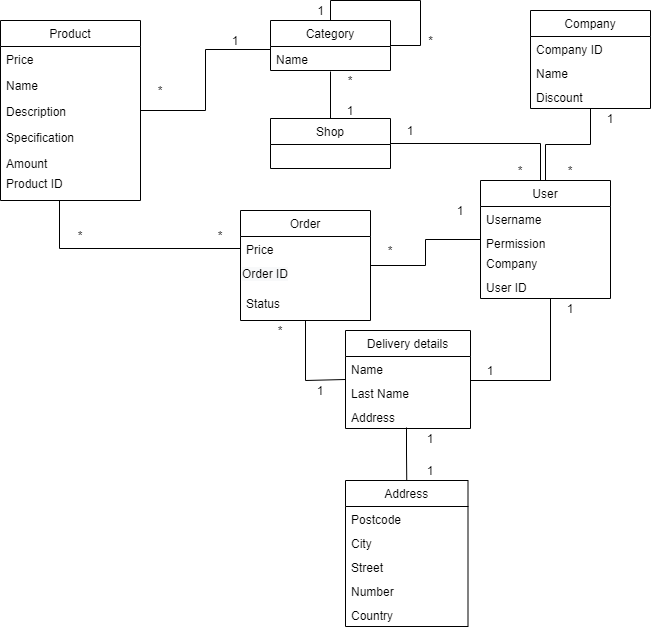
The draw.io diagram projekt.png in MateuszSuder/REST-API-JAVA, before a commit. Source tidied: cells renumbered, new cells last; positions are measured from the earlier drawing's top-left corner, leaving out a move shared by most shapes.
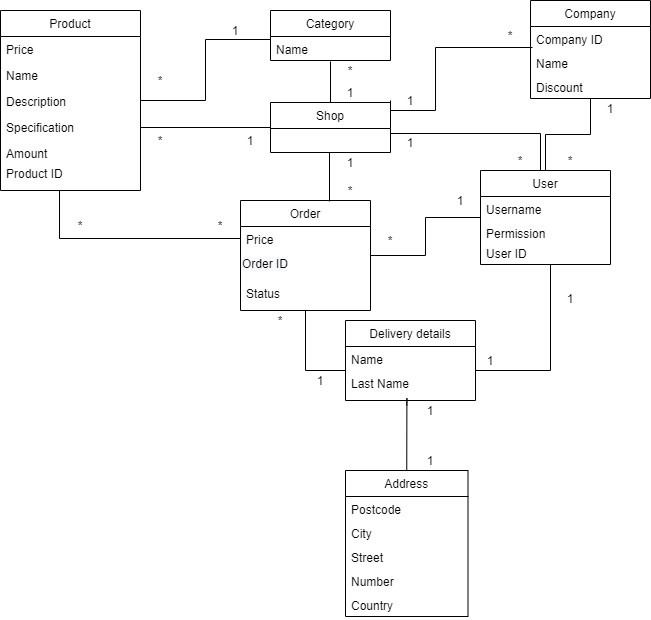
After the commit.

What changed in the source:
```diff
@@ -2,19 +2,6 @@
   <root>
     <mxCell id="0" />
     <mxCell id="1" parent="0" />
-    <mxCell id="2" style="edgeStyle=orthogonalEdgeStyle;rounded=0;jettySize=auto;html=1;endArrow=none;endFill=0;" parent="1" edge="1" source="4">
-      <mxGeometry relative="1" as="geometry">
-        <mxPoint x="420" as="targetPoint" />
-        <Array as="points">
-          <mxPoint x="330" />
-        </Array>
-      </mxGeometry>
-    </mxCell>
-    <mxCell id="3" style="edgeStyle=orthogonalEdgeStyle;rounded=0;jettySize=auto;html=1;endArrow=none;endFill=0;" parent="1" edge="1" source="4">
-      <mxGeometry relative="1" as="geometry">
-        <mxPoint x="420" as="targetPoint" />
-      </mxGeometry>
-    </mxCell>
     <mxCell id="4" value="Category" style="swimlane;fontStyle=0;horizontal=1;startSize=26;fillColor=none;" parent="1" vertex="1">
       <mxGeometry x="270" y="20" width="120" height="50" as="geometry" />
     </mxCell>
@@ -59,7 +46,7 @@
       </mxGeometry>
     </mxCell>
     <mxCell id="16" value="User" style="swimlane;fontStyle=0;horizontal=1;startSize=26;fillColor=none;" parent="1" vertex="1">
-      <mxGeometry x="480" y="180" width="130" height="118" as="geometry" />
+      <mxGeometry x="480" y="180" width="130" height="94" as="geometry" />
     </mxCell>
     <mxCell id="17" value="Username&#10;" style="text;strokeColor=none;fillColor=none;align=left;verticalAlign=top;spacingLeft=4;spacingRight=4;overflow=hidden;" parent="16" vertex="1">
       <mxGeometry y="26" width="130" height="24" as="geometry" />
@@ -67,11 +54,8 @@
     <mxCell id="18" value="Permission" style="text;strokeColor=none;fillColor=none;align=left;verticalAlign=top;spacingLeft=4;spacingRight=4;overflow=hidden;" parent="16" vertex="1">
       <mxGeometry y="50" width="130" height="20" as="geometry" />
     </mxCell>
-    <mxCell id="19" value="Company" style="text;strokeColor=none;fillColor=none;align=left;verticalAlign=top;spacingLeft=4;spacingRight=4;overflow=hidden;" parent="16" vertex="1">
-      <mxGeometry y="70" width="130" height="24" as="geometry" />
-    </mxCell>
     <mxCell id="20" value="User ID&#10;" style="text;strokeColor=none;fillColor=none;align=left;verticalAlign=top;spacingLeft=4;spacingRight=4;overflow=hidden;" parent="16" vertex="1">
-      <mxGeometry y="94" width="130" height="24" as="geometry" />
+      <mxGeometry y="70" width="130" height="24" as="geometry" />
     </mxCell>
     <mxCell id="21" style="edgeStyle=orthogonalEdgeStyle;rounded=0;jettySize=auto;elbow=vertical;html=1;endArrow=none;endFill=0;entryX=0;entryY=-0.042;entryDx=0;entryDy=0;entryPerimeter=0;" parent="1" edge="1" source="22" target="29">
       <mxGeometry relative="1" as="geometry">
@@ -92,23 +76,22 @@
     <mxCell id="25" value="Status" style="text;strokeColor=none;fillColor=none;align=left;verticalAlign=top;spacingLeft=4;spacingRight=4;overflow=hidden;" parent="22" vertex="1">
       <mxGeometry y="80" width="130" height="30" as="geometry" />
     </mxCell>
-    <mxCell id="26" style="edgeStyle=orthogonalEdgeStyle;rounded=0;jettySize=auto;html=1;entryX=0.5;entryY=0;entryDx=0;entryDy=0;endArrow=none;endFill=0;" parent="1" edge="1" target="47">
+    <mxCell id="26" style="edgeStyle=orthogonalEdgeStyle;rounded=0;jettySize=auto;html=1;entryX=0.5;entryY=0;entryDx=0;entryDy=0;endArrow=none;endFill=0;exitX=0.472;exitY=1.167;exitDx=0;exitDy=0;exitPerimeter=0;" parent="1" edge="1" source="29" target="47">
       <mxGeometry relative="1" as="geometry">
-        <mxPoint x="406" y="427" as="sourcePoint" />
+        <Array as="points">
+          <mxPoint x="406" y="408" />
+        </Array>
       </mxGeometry>
     </mxCell>
     <mxCell id="27" value="Delivery details" style="swimlane;fontStyle=0;horizontal=1;startSize=26;fillColor=none;" parent="1" vertex="1">
-      <mxGeometry x="345" y="330" width="125" height="98" as="geometry" />
+      <mxGeometry x="345" y="330" width="130" height="80" as="geometry" />
     </mxCell>
     <mxCell id="28" value="Name" style="text;strokeColor=none;fillColor=none;align=left;verticalAlign=top;spacingLeft=4;spacingRight=4;overflow=hidden;points=[[0,0.5],[1,0.5]];portConstraint=eastwest;" parent="27" vertex="1">
-      <mxGeometry y="26" width="125" height="24" as="geometry" />
+      <mxGeometry y="26" width="130" height="24" as="geometry" />
     </mxCell>
     <mxCell id="29" value="Last Name" style="text;strokeColor=none;fillColor=none;align=left;verticalAlign=top;spacingLeft=4;spacingRight=4;overflow=hidden;points=[[0,0.5],[1,0.5]];portConstraint=eastwest;" parent="27" vertex="1">
-      <mxGeometry y="50" width="125" height="24" as="geometry" />
+      <mxGeometry y="50" width="130" height="30" as="geometry" />
     </mxCell>
-    <mxCell id="30" value="Address" style="text;strokeColor=none;fillColor=none;align=left;verticalAlign=top;spacingLeft=4;spacingRight=4;overflow=hidden;" parent="27" vertex="1">
-      <mxGeometry y="74" width="125" height="24" as="geometry" />
-    </mxCell>
     <mxCell id="31" style="edgeStyle=orthogonalEdgeStyle;rounded=0;jettySize=auto;html=1;endArrow=none;endFill=0;" parent="1" edge="1" source="33">
       <mxGeometry relative="1" as="geometry">
         <mxPoint x="330" y="71" as="targetPoint" />
@@ -123,7 +106,7 @@
       </mxGeometry>
     </mxCell>
     <mxCell id="33" value="Shop" style="swimlane;fontStyle=0;horizontal=1;startSize=26;fillColor=none;" parent="1" vertex="1">
-      <mxGeometry x="270" y="118" width="120" height="50" as="geometry" />
+      <mxGeometry x="270" y="112" width="120" height="50" as="geometry" />
     </mxCell>
     <mxCell id="34" value="*" style="text;html=1;strokeColor=none;fillColor=none;align=center;verticalAlign=middle;whiteSpace=wrap;rounded=0;" parent="1" vertex="1">
       <mxGeometry x="140" y="80" width="40" height="20" as="geometry" />
@@ -135,10 +118,10 @@
       <mxGeometry x="330" y="70" width="40" height="20" as="geometry" />
     </mxCell>
     <mxCell id="37" value="1" style="text;html=1;strokeColor=none;fillColor=none;align=center;verticalAlign=middle;whiteSpace=wrap;rounded=0;" parent="1" vertex="1">
-      <mxGeometry x="330" y="100" width="40" height="20" as="geometry" />
+      <mxGeometry x="330" y="92" width="40" height="20" as="geometry" />
     </mxCell>
     <mxCell id="38" value="1" style="text;html=1;strokeColor=none;fillColor=none;align=center;verticalAlign=middle;whiteSpace=wrap;rounded=0;" parent="1" vertex="1">
-      <mxGeometry x="390" y="120" width="40" height="20" as="geometry" />
+      <mxGeometry x="390" y="142" width="40" height="20" as="geometry" />
     </mxCell>
     <mxCell id="39" value="*" style="text;html=1;strokeColor=none;fillColor=none;align=center;verticalAlign=middle;whiteSpace=wrap;rounded=0;" parent="1" vertex="1">
       <mxGeometry x="260" y="320" width="40" height="20" as="geometry" />
@@ -155,9 +138,6 @@
     <mxCell id="43" value="1" style="text;html=1;strokeColor=none;fillColor=none;align=center;verticalAlign=middle;whiteSpace=wrap;rounded=0;" parent="1" vertex="1">
       <mxGeometry x="300" y="380" width="40" height="20" as="geometry" />
     </mxCell>
-    <mxCell id="44" value="*" style="text;html=1;strokeColor=none;fillColor=none;align=center;verticalAlign=middle;whiteSpace=wrap;rounded=0;" parent="1" vertex="1">
-      <mxGeometry x="500" y="160" width="40" height="20" as="geometry" />
-    </mxCell>
     <mxCell id="45" style="edgeStyle=orthogonalEdgeStyle;rounded=0;jettySize=auto;html=1;endArrow=none;endFill=0;" parent="1" edge="1" source="23">
       <mxGeometry relative="1" as="geometry">
         <mxPoint x="59" y="200" as="targetPoint" />
@@ -188,7 +168,7 @@
       <mxGeometry y="122" width="122.5" height="24" as="geometry" />
     </mxCell>
     <mxCell id="53" value="1" style="text;html=1;strokeColor=none;fillColor=none;align=center;verticalAlign=middle;whiteSpace=wrap;rounded=0;" parent="1" vertex="1">
-      <mxGeometry x="410" y="428" width="40" height="20" as="geometry" />
+      <mxGeometry x="410" y="410" width="40" height="20" as="geometry" />
     </mxCell>
     <mxCell id="54" value="1" style="text;html=1;strokeColor=none;fillColor=none;align=center;verticalAlign=middle;whiteSpace=wrap;rounded=0;" parent="1" vertex="1">
       <mxGeometry x="410" y="460" width="40" height="20" as="geometry" />
@@ -214,17 +194,51 @@
     <mxCell id="61" value="*" style="text;html=1;strokeColor=none;fillColor=none;align=center;verticalAlign=middle;whiteSpace=wrap;rounded=0;" parent="1" vertex="1">
       <mxGeometry x="550" y="160" width="40" height="20" as="geometry" />
     </mxCell>
-    <mxCell id="62" value="1" style="text;html=1;align=center;verticalAlign=middle;strokeColor=none;" parent="1" vertex="1">
-      <mxGeometry x="310" width="20" height="20" as="geometry" />
-    </mxCell>
-    <mxCell id="63" value="*" style="text;html=1;align=center;verticalAlign=middle;strokeColor=none;" parent="1" vertex="1">
-      <mxGeometry x="420" y="30" width="20" height="20" as="geometry" />
-    </mxCell>
     <mxCell id="64" value="*" style="text;html=1;strokeColor=none;fillColor=none;align=center;verticalAlign=middle;whiteSpace=wrap;rounded=0;" parent="1" vertex="1">
       <mxGeometry x="370" y="240" width="40" height="20" as="geometry" />
     </mxCell>
     <mxCell id="65" value="*" style="text;html=1;strokeColor=none;fillColor=none;align=center;verticalAlign=middle;whiteSpace=wrap;rounded=0;" parent="1" vertex="1">
       <mxGeometry x="200" y="225" width="40" height="20" as="geometry" />
     </mxCell>
+    <mxCell id="66" style="endArrow=none;html=1;entryX=0;entryY=0.5;entryDx=0;entryDy=0;exitX=1;exitY=0.5;exitDx=0;exitDy=0;" parent="1" edge="1" source="11" target="33">
+      <mxGeometry relative="1" as="geometry" />
+    </mxCell>
+    <mxCell id="67" value="*" style="text;html=1;strokeColor=none;fillColor=none;align=center;verticalAlign=middle;whiteSpace=wrap;rounded=0;" parent="1" vertex="1">
+      <mxGeometry x="140" y="140" width="40" height="20" as="geometry" />
+    </mxCell>
+    <mxCell id="68" value="1" style="text;html=1;strokeColor=none;fillColor=none;align=center;verticalAlign=middle;whiteSpace=wrap;rounded=0;" parent="1" vertex="1">
+      <mxGeometry x="230" y="140" width="40" height="20" as="geometry" />
+    </mxCell>
+    <mxCell id="69" style="endArrow=none;html=1;" parent="1" edge="1">
+      <mxGeometry relative="1" as="geometry">
+        <mxPoint x="329" y="162" as="sourcePoint" />
+        <mxPoint x="329" y="211" as="targetPoint" />
+      </mxGeometry>
+    </mxCell>
+    <mxCell id="70" value="1" style="text;html=1;strokeColor=none;fillColor=none;align=center;verticalAlign=middle;whiteSpace=wrap;rounded=0;" parent="1" vertex="1">
+      <mxGeometry x="330" y="162" width="40" height="20" as="geometry" />
+    </mxCell>
+    <mxCell id="71" value="*" style="text;html=1;strokeColor=none;fillColor=none;align=center;verticalAlign=middle;whiteSpace=wrap;rounded=0;" parent="1" vertex="1">
+      <mxGeometry x="330" y="190" width="40" height="20" as="geometry" />
+    </mxCell>
+    <mxCell id="44" value="*" style="text;html=1;strokeColor=none;fillColor=none;align=center;verticalAlign=middle;whiteSpace=wrap;rounded=0;" parent="1" vertex="1">
+      <mxGeometry x="500" y="160" width="40" height="20" as="geometry" />
+    </mxCell>
+    <mxCell id="72" style="endArrow=none;html=1;edgeStyle=orthogonalEdgeStyle;rounded=0;entryX=0.017;entryY=-0.125;entryDx=0;entryDy=0;entryPerimeter=0;" parent="1" edge="1" target="58">
+      <mxGeometry relative="1" as="geometry">
+        <mxPoint x="390" y="110" as="sourcePoint" />
+        <Array as="points">
+          <mxPoint x="390" y="120" />
+          <mxPoint x="435" y="120" />
+          <mxPoint x="435" y="57" />
+        </Array>
+      </mxGeometry>
+    </mxCell>
+    <mxCell id="73" value="1" style="text;html=1;strokeColor=none;fillColor=none;align=center;verticalAlign=middle;whiteSpace=wrap;rounded=0;" parent="1" vertex="1">
+      <mxGeometry x="390" y="100" width="40" height="20" as="geometry" />
+    </mxCell>
+    <mxCell id="74" value="*" style="text;html=1;strokeColor=none;fillColor=none;align=center;verticalAlign=middle;whiteSpace=wrap;rounded=0;" parent="1" vertex="1">
+      <mxGeometry x="490" y="35" width="40" height="20" as="geometry" />
+    </mxCell>
   </root>
 </mxGraphModel>
```
